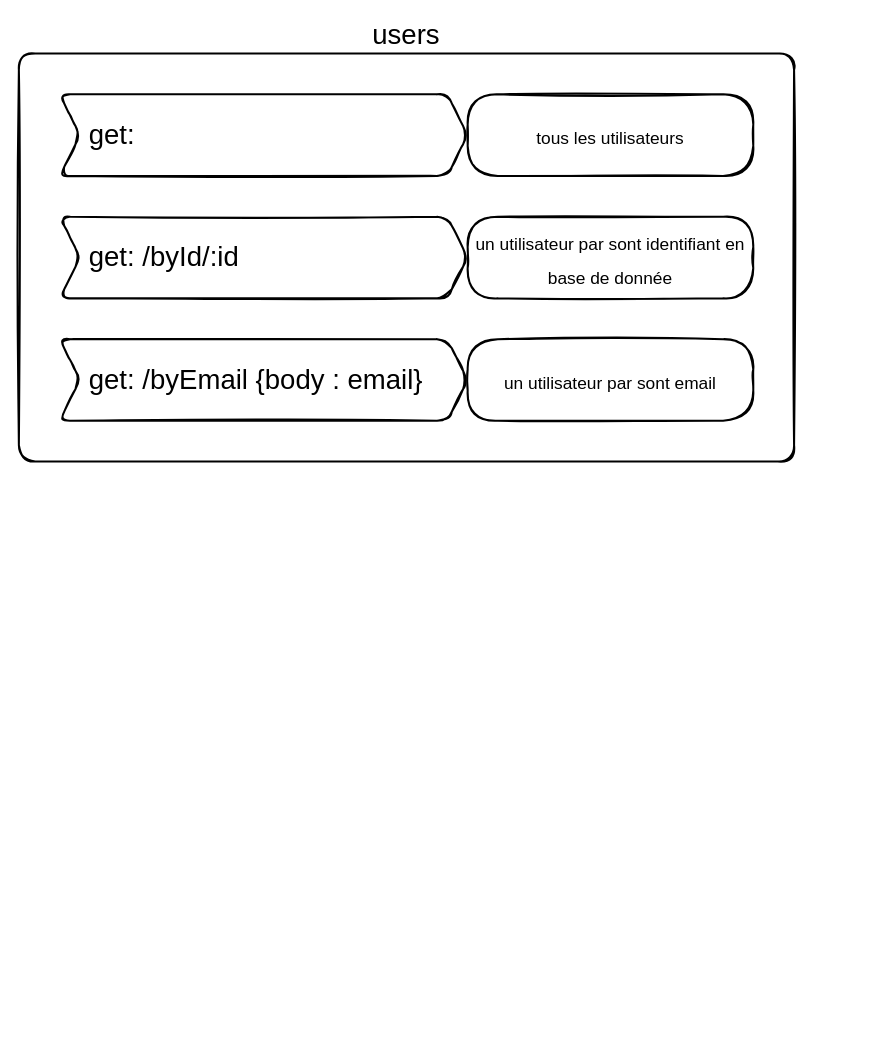
Earlier version of the draw.io diagram documentation/API_Endpoints.drawio (VincentProuchet/Nest-api-template). Source tidied: cells renumbered, new cells numbered last; positions are measured from the earlier drawing's top-left corner, leaving out a move shared by most shapes. Both pictures are drawn from the tidied source at 102%, with x=0, y=0 at pixel (18, 53).
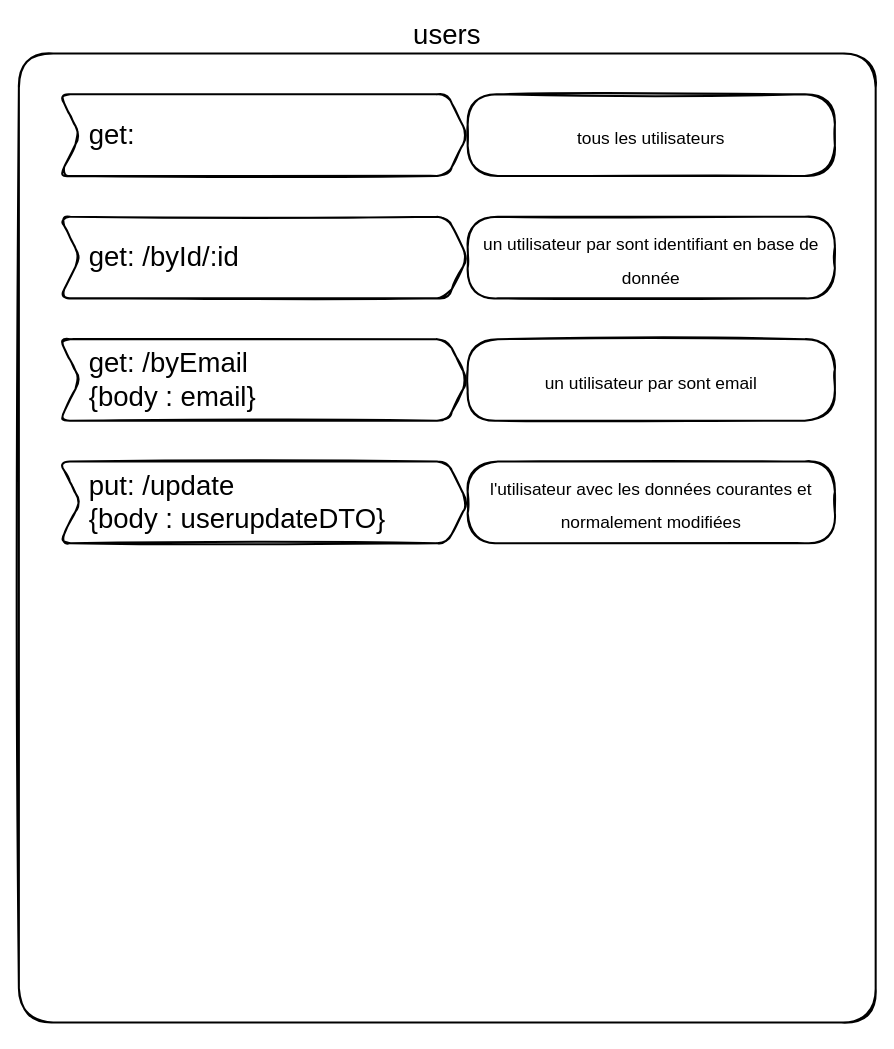
Above is the later version.

Diff of the diagram source:
```diff
@@
 <mxGraphModel>
   <root>
     <mxCell id="0" />
     <mxCell id="1" parent="0" />
     <mxCell id="2" value="users" style="rounded=1;whiteSpace=wrap;html=1;labelPosition=center;verticalLabelPosition=top;align=center;verticalAlign=bottom;fontSize=27;fillColor=none;strokeWidth=2;shadow=0;sketch=1;glass=0;arcSize=4;" parent="1" vertex="1">
-      <mxGeometry width="760" height="400" as="geometry" />
+      <mxGeometry width="840" height="950" as="geometry" />
     </mxCell>
     <mxCell id="3" value="get:" style="shape=step;perimeter=stepPerimeter;whiteSpace=wrap;html=1;fixedSize=1;rounded=1;shadow=0;glass=0;sketch=1;strokeWidth=2;fontSize=27;fillColor=none;align=left;spacingLeft=27;" parent="1" vertex="1">
       <mxGeometry x="40" y="40" width="400" height="80" as="geometry" />
     </mxCell>
     <mxCell id="4" value="&lt;font style=&quot;font-size: 17px;&quot;&gt;tous les utilisateurs&lt;/font&gt;" style="rounded=1;whiteSpace=wrap;html=1;shadow=0;glass=0;sketch=1;strokeWidth=2;fontSize=27;fillColor=none;arcSize=37;" parent="1" vertex="1">
-      <mxGeometry x="440" y="40" width="280" height="80" as="geometry" />
+      <mxGeometry x="440" y="40" width="360" height="80" as="geometry" />
     </mxCell>
     <mxCell id="5" value="&lt;font style=&quot;font-size: 17px;&quot;&gt;un utilisateur par sont identifiant en base de donnée&lt;/font&gt;" style="rounded=1;whiteSpace=wrap;html=1;shadow=0;glass=0;sketch=1;strokeWidth=2;fontSize=27;fillColor=none;arcSize=37;" parent="1" vertex="1">
-      <mxGeometry x="440" y="160" width="280" height="80" as="geometry" />
+      <mxGeometry x="440" y="160" width="360" height="80" as="geometry" />
     </mxCell>
     <mxCell id="6" value="get: /byId/:id" style="shape=step;perimeter=stepPerimeter;whiteSpace=wrap;html=1;fixedSize=1;rounded=1;shadow=0;glass=0;sketch=1;strokeWidth=2;fontSize=27;fillColor=none;align=left;spacingLeft=27;" parent="1" vertex="1">
       <mxGeometry x="40" y="160" width="400" height="80" as="geometry" />
     </mxCell>
     <mxCell id="7" value="&lt;font style=&quot;font-size: 17px;&quot;&gt;un utilisateur par sont email&lt;/font&gt;" style="rounded=1;whiteSpace=wrap;html=1;shadow=0;glass=0;sketch=1;strokeWidth=2;fontSize=27;fillColor=none;arcSize=37;" parent="1" vertex="1">
-      <mxGeometry x="440" y="280" width="280" height="80" as="geometry" />
+      <mxGeometry x="440" y="280" width="360" height="80" as="geometry" />
     </mxCell>
-    <mxCell id="8" value="get: /byEmail {body : email}" style="shape=step;perimeter=stepPerimeter;whiteSpace=wrap;html=1;fixedSize=1;rounded=1;shadow=0;glass=0;sketch=1;strokeWidth=2;fontSize=27;fillColor=none;align=left;spacingLeft=27;" parent="1" vertex="1">
+    <mxCell id="8" value="get: /byEmail &lt;br&gt;{body : email}" style="shape=step;perimeter=stepPerimeter;whiteSpace=wrap;html=1;fixedSize=1;rounded=1;shadow=0;glass=0;sketch=1;strokeWidth=2;fontSize=27;fillColor=none;align=left;spacingLeft=27;" parent="1" vertex="1">
       <mxGeometry x="40" y="280" width="400" height="80" as="geometry" />
     </mxCell>
     <mxCell id="9" style="edgeStyle=orthogonalEdgeStyle;rounded=0;orthogonalLoop=1;jettySize=auto;html=1;exitX=0.5;exitY=1;exitDx=0;exitDy=0;fontSize=17;" parent="1" edge="1" source="2" target="2">
       <mxGeometry relative="1" as="geometry" />
     </mxCell>
+    <mxCell id="10" value="put: /update &lt;br&gt;{body : userupdateDTO}" style="shape=step;perimeter=stepPerimeter;whiteSpace=wrap;html=1;fixedSize=1;rounded=1;shadow=0;glass=0;sketch=1;strokeWidth=2;fontSize=27;fillColor=none;align=left;spacingLeft=27;" parent="1" vertex="1">
+      <mxGeometry x="40" y="400" width="400" height="80" as="geometry" />
+    </mxCell>
+    <mxCell id="11" value="&lt;font style=&quot;font-size: 17px;&quot;&gt;l'utilisateur avec les données courantes et normalement modifiées&lt;/font&gt;" style="rounded=1;whiteSpace=wrap;html=1;shadow=0;glass=0;sketch=1;strokeWidth=2;fontSize=27;fillColor=none;arcSize=37;" parent="1" vertex="1">
+      <mxGeometry x="440" y="400" width="360" height="80" as="geometry" />
+    </mxCell>
   </root>
 </mxGraphModel>
```
